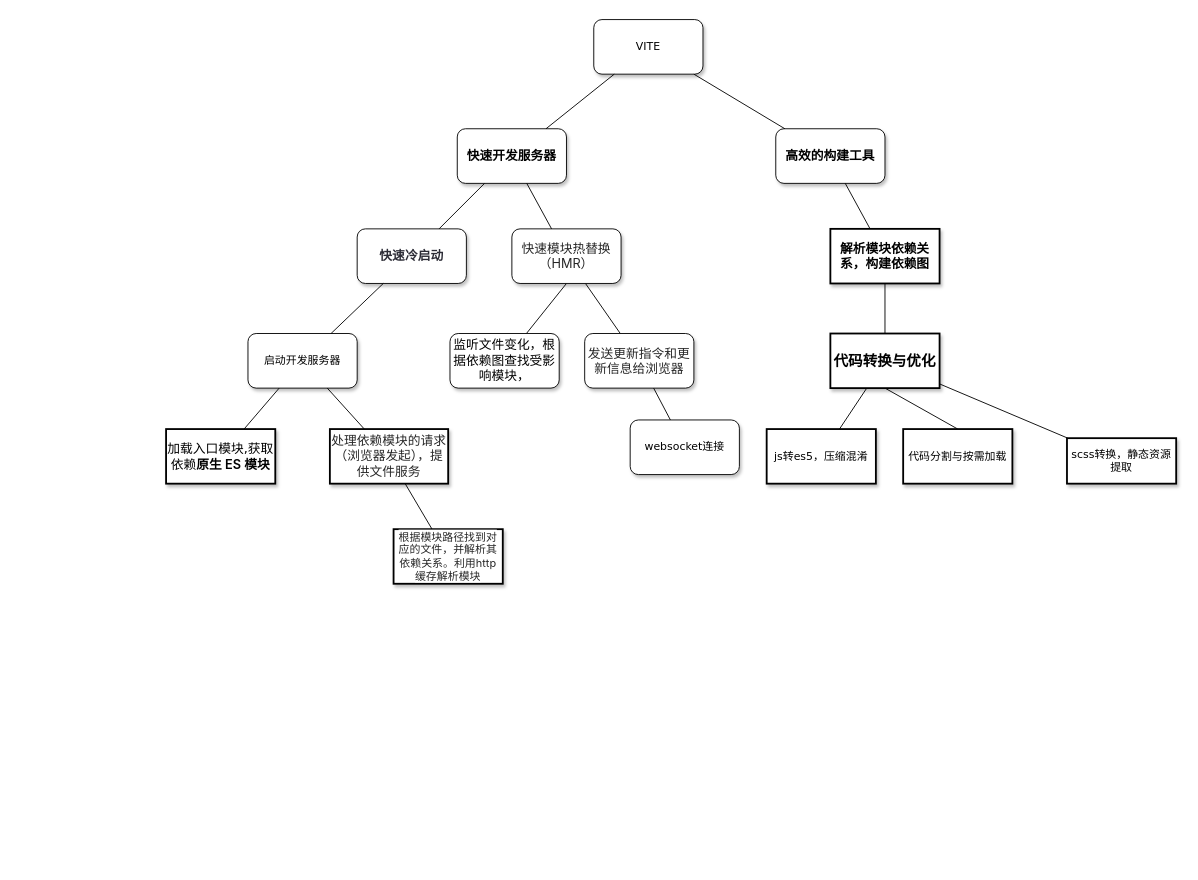
siyuejiwang/tools keeps this draw.io diagram as 未命名绘图.drawio. Above is the earlier version. Source tidied: cells renumbered, new cells numbered last; positions are measured from the earlier drawing's top-left corner, leaving out a move shared by most shapes. Both pictures are drawn from the tidied source at 91%, with x=0, y=0 at pixel (166, 19).
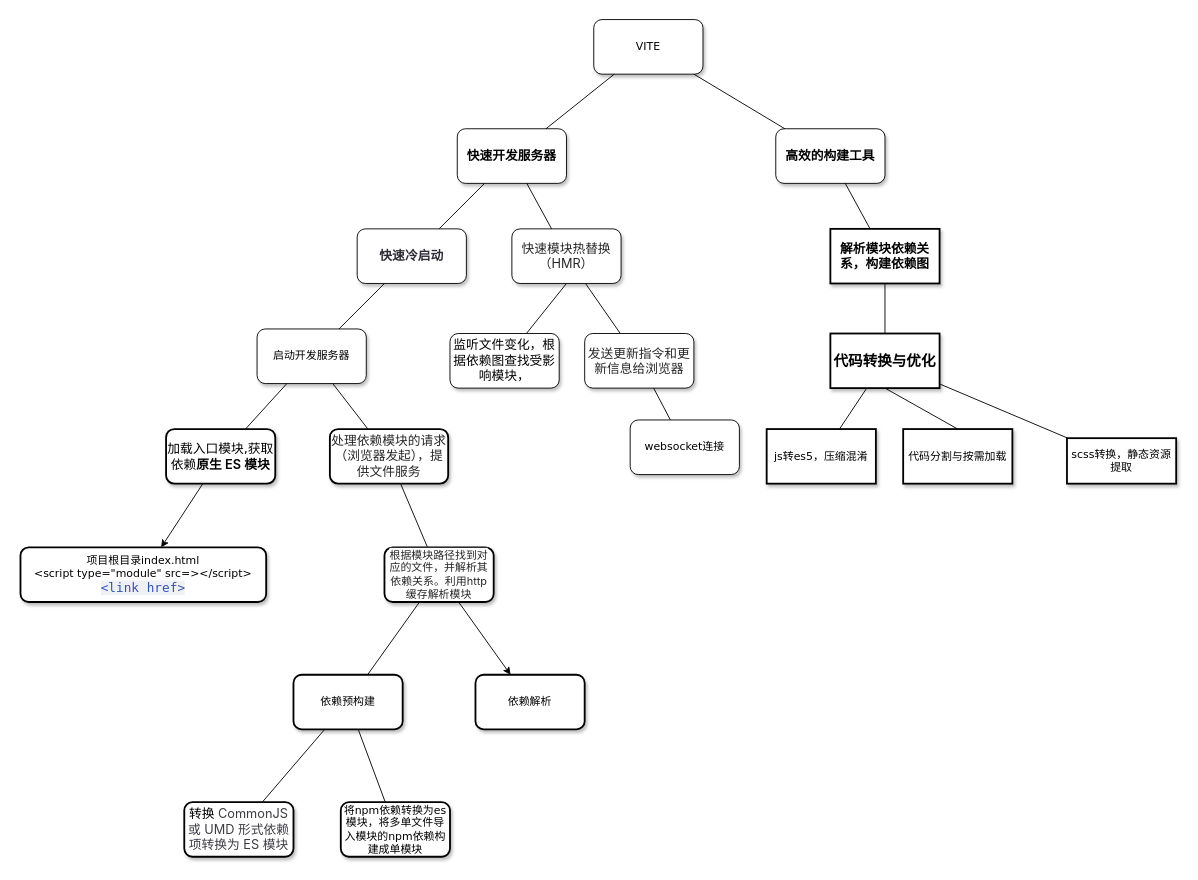
The same page after the edit.

Commit message:
更新未命名绘图.drawio

The edit, as a diff of the source:
```diff
@@
     <mxCell id="13" value="&lt;span&gt;启动开发服务器&lt;/span&gt;" style="whiteSpace=wrap;html=1;rounded=1;shadow=1;labelBackgroundColor=none;strokeWidth=1;fontFamily=Verdana;fontSize=12;align=center;" parent="1" vertex="1">
-      <mxGeometry x="90" y="345" width="120" height="60" as="geometry" />
+      <mxGeometry x="100" y="340" width="120" height="60" as="geometry" />
     </mxCell>
@@
+    <mxCell id="35" style="rounded=0;jettySize=auto;html=1;" parent="1" edge="1" source="18" target="38">
+      <mxGeometry relative="1" as="geometry" />
+    </mxCell>
-    <mxCell id="18" value="&lt;font style=&quot;font-size: 14px;&quot;&gt;加载入口模块,获取依赖&lt;span style=&quot;-webkit-font-smoothing: antialiased; box-sizing: border-box; -webkit-tap-highlight-color: rgba(0, 0, 0, 0); font-weight: 600; color: initial; line-height: var(--md-box-samantha-normal-text-line-height); overflow-anchor: auto; font-family: Inter, -apple-system, &amp;quot;system-ui&amp;quot;, &amp;quot;Segoe UI&amp;quot;, &amp;quot;SF Pro SC&amp;quot;, &amp;quot;SF Pro Display&amp;quot;, &amp;quot;SF Pro Icons&amp;quot;, &amp;quot;PingFang SC&amp;quot;, &amp;quot;Hiragino Sans GB&amp;quot;, &amp;quot;Microsoft YaHei&amp;quot;, &amp;quot;Helvetica Neue&amp;quot;, Helvetica, Arial, sans-serif; text-align: left; background-color: rgb(255, 255, 255);&quot;&gt;原生 ES 模块&lt;/span&gt;&lt;/font&gt;" style="whiteSpace=wrap;html=1;rounded=0;shadow=1;labelBackgroundColor=none;strokeWidth=2;fontFamily=Verdana;fontSize=12;align=center;" parent="1" vertex="1">
+    <mxCell id="18" value="&lt;font style=&quot;font-size: 14px;&quot;&gt;加载入口模块,获取依赖&lt;span style=&quot;-webkit-font-smoothing: antialiased; box-sizing: border-box; -webkit-tap-highlight-color: rgba(0, 0, 0, 0); font-weight: 600; color: initial; line-height: var(--md-box-samantha-normal-text-line-height); overflow-anchor: auto; font-family: Inter, -apple-system, &amp;quot;system-ui&amp;quot;, &amp;quot;Segoe UI&amp;quot;, &amp;quot;SF Pro SC&amp;quot;, &amp;quot;SF Pro Display&amp;quot;, &amp;quot;SF Pro Icons&amp;quot;, &amp;quot;PingFang SC&amp;quot;, &amp;quot;Hiragino Sans GB&amp;quot;, &amp;quot;Microsoft YaHei&amp;quot;, &amp;quot;Helvetica Neue&amp;quot;, Helvetica, Arial, sans-serif; text-align: left; background-color: rgb(255, 255, 255);&quot;&gt;原生 ES 模块&lt;/span&gt;&lt;/font&gt;" style="whiteSpace=wrap;html=1;rounded=1;shadow=1;labelBackgroundColor=none;strokeWidth=2;fontFamily=Verdana;fontSize=12;align=center;" parent="1" vertex="1">
       <mxGeometry y="450" width="120" height="60" as="geometry" />
     </mxCell>
@@
-    <mxCell id="20" value="&lt;span style=&quot;color: rgba(0, 0, 0, 0.85); font-family: Inter, -apple-system, &amp;quot;system-ui&amp;quot;, &amp;quot;Segoe UI&amp;quot;, &amp;quot;SF Pro SC&amp;quot;, &amp;quot;SF Pro Display&amp;quot;, &amp;quot;SF Pro Icons&amp;quot;, &amp;quot;PingFang SC&amp;quot;, &amp;quot;Hiragino Sans GB&amp;quot;, &amp;quot;Microsoft YaHei&amp;quot;, &amp;quot;Helvetica Neue&amp;quot;, Helvetica, Arial, sans-serif; text-align: left; background-color: rgb(255, 255, 255);&quot;&gt;&lt;font style=&quot;font-size: 14px;&quot;&gt;处理依赖模块的请求（浏览器发起），提供文件服务&lt;/font&gt;&lt;/span&gt;" style="whiteSpace=wrap;html=1;rounded=0;shadow=1;labelBackgroundColor=none;strokeWidth=2;fontFamily=Verdana;fontSize=12;align=center;" parent="1" vertex="1">
+    <mxCell id="20" value="&lt;span style=&quot;color: rgba(0, 0, 0, 0.85); font-family: Inter, -apple-system, &amp;quot;system-ui&amp;quot;, &amp;quot;Segoe UI&amp;quot;, &amp;quot;SF Pro SC&amp;quot;, &amp;quot;SF Pro Display&amp;quot;, &amp;quot;SF Pro Icons&amp;quot;, &amp;quot;PingFang SC&amp;quot;, &amp;quot;Hiragino Sans GB&amp;quot;, &amp;quot;Microsoft YaHei&amp;quot;, &amp;quot;Helvetica Neue&amp;quot;, Helvetica, Arial, sans-serif; text-align: left; background-color: rgb(255, 255, 255);&quot;&gt;&lt;font style=&quot;font-size: 14px;&quot;&gt;处理依赖模块的请求（浏览器发起），提供文件服务&lt;/font&gt;&lt;/span&gt;" style="whiteSpace=wrap;html=1;rounded=1;shadow=1;labelBackgroundColor=none;strokeWidth=2;fontFamily=Verdana;fontSize=12;align=center;" parent="1" vertex="1">
       <mxGeometry x="180" y="450" width="130" height="60" as="geometry" />
     </mxCell>
@@
+    <mxCell id="36" style="rounded=0;jettySize=auto;html=1;endArrow=none;endFill=0;" parent="1" edge="1" source="23" target="41">
+      <mxGeometry relative="1" as="geometry" />
+    </mxCell>
+    <mxCell id="37" style="rounded=0;jettySize=auto;html=1;" parent="1" edge="1" source="23" target="42">
+      <mxGeometry relative="1" as="geometry" />
+    </mxCell>
-    <mxCell id="23" value="&lt;span style=&quot;color: rgba(0, 0, 0, 0.85); font-family: Inter, -apple-system, &amp;quot;system-ui&amp;quot;, &amp;quot;Segoe UI&amp;quot;, &amp;quot;SF Pro SC&amp;quot;, &amp;quot;SF Pro Display&amp;quot;, &amp;quot;SF Pro Icons&amp;quot;, &amp;quot;PingFang SC&amp;quot;, &amp;quot;Hiragino Sans GB&amp;quot;, &amp;quot;Microsoft YaHei&amp;quot;, &amp;quot;Helvetica Neue&amp;quot;, Helvetica, Arial, sans-serif; text-align: left; background-color: rgb(255, 255, 255);&quot;&gt;&lt;font style=&quot;font-size: 12px;&quot;&gt;根据模块路径找到对应的文件，并解析其依赖关系。利用http缓存解析模块&lt;/font&gt;&lt;/span&gt;" style="whiteSpace=wrap;html=1;fontFamily=Verdana;rounded=0;shadow=1;labelBackgroundColor=none;strokeWidth=2;" parent="1" vertex="1">
-      <mxGeometry x="250" y="560" width="120" height="60" as="geometry" />
+    <mxCell id="23" value="&lt;span style=&quot;color: rgba(0, 0, 0, 0.85); font-family: Inter, -apple-system, &amp;quot;system-ui&amp;quot;, &amp;quot;Segoe UI&amp;quot;, &amp;quot;SF Pro SC&amp;quot;, &amp;quot;SF Pro Display&amp;quot;, &amp;quot;SF Pro Icons&amp;quot;, &amp;quot;PingFang SC&amp;quot;, &amp;quot;Hiragino Sans GB&amp;quot;, &amp;quot;Microsoft YaHei&amp;quot;, &amp;quot;Helvetica Neue&amp;quot;, Helvetica, Arial, sans-serif; text-align: left; background-color: rgb(255, 255, 255);&quot;&gt;&lt;font style=&quot;font-size: 12px;&quot;&gt;根据模块路径找到对应的文件，并解析其依赖关系。利用http缓存解析模块&lt;/font&gt;&lt;/span&gt;" style="whiteSpace=wrap;html=1;fontFamily=Verdana;rounded=1;shadow=1;labelBackgroundColor=none;strokeWidth=2;" parent="1" vertex="1">
+      <mxGeometry x="240" y="580" width="120" height="60" as="geometry" />
     </mxCell>
@@
+    <mxCell id="38" value="项目根目录index.html&lt;div&gt;&amp;lt;script type=&quot;module&quot; src=&amp;gt;&amp;lt;/script&amp;gt;&lt;/div&gt;&lt;div&gt;&lt;span style=&quot;color: rgb(52, 81, 178); font-family: ui-monospace, Menlo, Monaco, Consolas, &amp;quot;Liberation Mono&amp;quot;, &amp;quot;Courier New&amp;quot;, monospace; font-size: 14px; text-align: start; background-color: rgba(142, 150, 170, 0.14);&quot;&gt;&amp;lt;link href&amp;gt;&lt;/span&gt;&lt;/div&gt;" style="whiteSpace=wrap;html=1;fontFamily=Verdana;rounded=1;shadow=1;labelBackgroundColor=none;strokeWidth=2;" parent="1" vertex="1">
+      <mxGeometry x="-160" y="580" width="270" height="60" as="geometry" />
+    </mxCell>
+    <mxCell id="39" style="rounded=0;jettySize=auto;html=1;endArrow=none;endFill=0;" parent="1" edge="1" source="41" target="43">
+      <mxGeometry relative="1" as="geometry" />
+    </mxCell>
+    <mxCell id="40" style="rounded=0;jettySize=auto;html=1;endArrow=none;endFill=0;" parent="1" edge="1" source="41" target="44">
+      <mxGeometry relative="1" as="geometry" />
+    </mxCell>
+    <mxCell id="41" value="依赖预构建" style="whiteSpace=wrap;html=1;fontFamily=Verdana;rounded=1;shadow=1;labelBackgroundColor=none;strokeWidth=2;" parent="1" vertex="1">
+      <mxGeometry x="140" y="720" width="120" height="60" as="geometry" />
+    </mxCell>
+    <mxCell id="42" value="依赖解析" style="whiteSpace=wrap;html=1;fontFamily=Verdana;rounded=1;shadow=1;labelBackgroundColor=none;strokeWidth=2;" parent="1" vertex="1">
+      <mxGeometry x="340" y="720" width="120" height="60" as="geometry" />
+    </mxCell>
+    <mxCell id="43" value="转换&lt;span style=&quot;color: rgb(60, 60, 67); font-family: &amp;quot;Punctuation SC&amp;quot;, Inter, ui-sans-serif, system-ui, sans-serif, &amp;quot;Apple Color Emoji&amp;quot;, &amp;quot;Segoe UI Emoji&amp;quot;, &amp;quot;Segoe UI Symbol&amp;quot;, &amp;quot;Noto Color Emoji&amp;quot;; font-size: 14px; text-align: left; background-color: rgb(255, 255, 255);&quot;&gt;&amp;nbsp;CommonJS 或 UMD 形式依赖项转换为 ES 模块&lt;/span&gt;" style="whiteSpace=wrap;html=1;fontFamily=Verdana;rounded=1;shadow=1;labelBackgroundColor=none;strokeWidth=2;fontSize=14;" parent="1" vertex="1">
+      <mxGeometry x="20" y="860" width="120" height="60" as="geometry" />
+    </mxCell>
+    <mxCell id="44" value="将npm依赖转换为es模块，将多单文件导入模块的npm依赖构建成单模块" style="whiteSpace=wrap;html=1;fontFamily=Verdana;rounded=1;shadow=1;labelBackgroundColor=none;strokeWidth=2;" parent="1" vertex="1">
+      <mxGeometry x="192" y="860" width="120" height="60" as="geometry" />
+    </mxCell>
```
